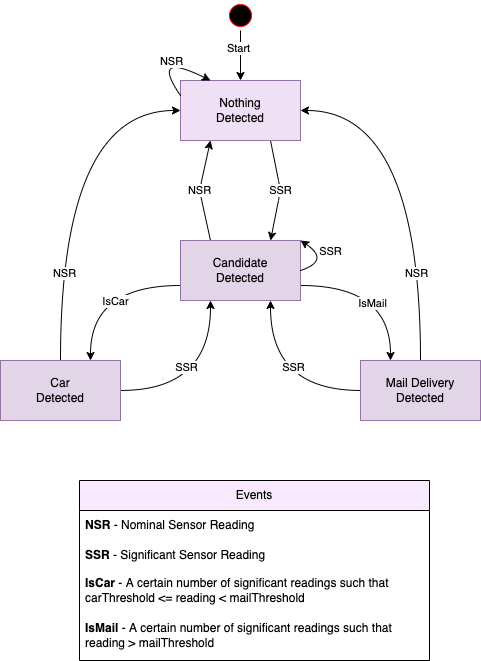
Before: proj18-fsm/cmd/mail-mon/state.drawio.png, a diagram exported from draw.io (tonygilkerson/things). Source tidied: cells renumbered, new cells last; positions are measured from the earlier drawing's top-left corner, leaving out a move shared by most shapes.
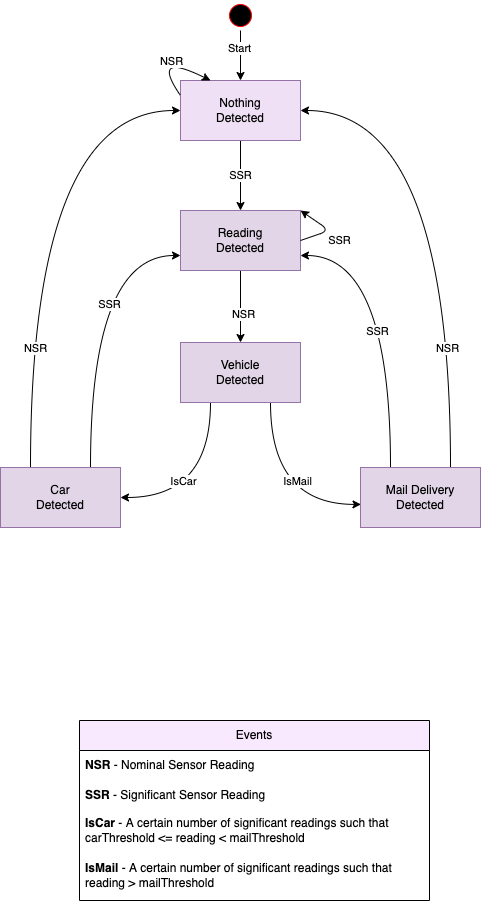
Above is the later version.

Diff of the diagram source:
```diff
@@ -2,77 +2,56 @@
   <root>
     <mxCell id="0" />
     <mxCell id="1" parent="0" />
-    <mxCell id="2" style="html=1;entryX=0.75;entryY=0;entryDx=0;entryDy=0;elbow=vertical;exitX=0.75;exitY=1;exitDx=0;exitDy=0;" parent="1" edge="1" source="4" target="16">
-      <mxGeometry relative="1" as="geometry">
-        <Array as="points">
-          <mxPoint x="280" y="190" />
-        </Array>
-      </mxGeometry>
-    </mxCell>
-    <mxCell id="3" value="SSR" style="edgeLabel;html=1;align=center;verticalAlign=middle;" parent="2" vertex="1">
-      <mxGeometry x="0.18" y="-1" relative="1" as="geometry">
-        <mxPoint x="2" y="-9" as="offset" />
-      </mxGeometry>
-    </mxCell>
+    <mxCell id="34" value="SSR" style="edgeStyle=orthogonalEdgeStyle;curved=1;html=1;elbow=vertical;" parent="1" edge="1" source="4" target="40">
+      <mxGeometry relative="1" as="geometry" />
+    </mxCell>
     <mxCell id="4" value="Nothing&lt;br&gt;Detected" style="rounded=0;whiteSpace=wrap;html=1;fillColor=#efe0f5;strokeColor=#9673a6;fillStyle=auto;" parent="1" vertex="1">
       <mxGeometry x="180" y="80" width="120" height="60" as="geometry" />
     </mxCell>
-    <mxCell id="5" style="edgeStyle=orthogonalEdgeStyle;html=1;entryX=0;entryY=0.5;entryDx=0;entryDy=0;elbow=vertical;curved=1;exitX=0.5;exitY=0;exitDx=0;exitDy=0;" parent="1" edge="1" source="9" target="4">
+    <mxCell id="5" style="edgeStyle=orthogonalEdgeStyle;html=1;entryX=0;entryY=0.5;entryDx=0;entryDy=0;elbow=vertical;curved=1;exitX=0.25;exitY=0;exitDx=0;exitDy=0;" parent="1" edge="1" source="9" target="4">
       <mxGeometry relative="1" as="geometry" />
     </mxCell>
     <mxCell id="6" value="NSR" style="edgeLabel;html=1;align=center;verticalAlign=middle;" parent="5" vertex="1">
       <mxGeometry x="-0.53" y="-4" relative="1" as="geometry" />
     </mxCell>
-    <mxCell id="7" style="edgeStyle=orthogonalEdgeStyle;curved=1;html=1;entryX=0.25;entryY=1;entryDx=0;entryDy=0;elbow=vertical;" parent="1" edge="1" source="9" target="16">
-      <mxGeometry relative="1" as="geometry" />
-    </mxCell>
-    <mxCell id="8" value="SSR" style="edgeLabel;html=1;align=center;verticalAlign=middle;" parent="7" vertex="1">
-      <mxGeometry x="-0.28" y="23" relative="1" as="geometry" />
-    </mxCell>
+    <mxCell id="35" style="edgeStyle=orthogonalEdgeStyle;curved=1;html=1;exitX=0.75;exitY=0;exitDx=0;exitDy=0;entryX=0;entryY=0.75;entryDx=0;entryDy=0;elbow=vertical;" parent="1" edge="1" source="9" target="40">
+      <mxGeometry relative="1" as="geometry" />
+    </mxCell>
+    <mxCell id="36" value="SSR" style="edgeLabel;html=1;align=center;verticalAlign=middle;" parent="35" vertex="1">
+      <mxGeometry x="0.08" y="-18" relative="1" as="geometry" />
+    </mxCell>
     <mxCell id="9" value="Car&lt;br&gt;Detected" style="rounded=0;whiteSpace=wrap;html=1;fillColor=#e1d5e7;strokeColor=#9673a6;" parent="1" vertex="1">
-      <mxGeometry y="360" width="120" height="60" as="geometry" />
+      <mxGeometry y="467" width="120" height="60" as="geometry" />
     </mxCell>
-    <mxCell id="10" style="edgeStyle=orthogonalEdgeStyle;curved=1;html=1;exitX=0;exitY=0.75;exitDx=0;exitDy=0;entryX=0.75;entryY=0;entryDx=0;entryDy=0;elbow=vertical;" parent="1" edge="1" source="16" target="9">
+    <mxCell id="10" style="edgeStyle=orthogonalEdgeStyle;html=1;exitX=0.25;exitY=1;exitDx=0;exitDy=0;entryX=1;entryY=0.5;entryDx=0;entryDy=0;elbow=vertical;curved=1;" parent="1" edge="1" source="16" target="9">
       <mxGeometry relative="1" as="geometry" />
     </mxCell>
     <mxCell id="11" value="IsCar" style="edgeLabel;html=1;align=center;verticalAlign=middle;" parent="10" vertex="1">
-      <mxGeometry x="-0.21" y="16" relative="1" as="geometry" />
+      <mxGeometry x="0.32" y="-17" relative="1" as="geometry" />
     </mxCell>
-    <mxCell id="12" style="edgeStyle=orthogonalEdgeStyle;curved=1;html=1;exitX=1;exitY=0.75;exitDx=0;exitDy=0;entryX=0.25;entryY=0;entryDx=0;entryDy=0;elbow=vertical;" parent="1" edge="1" source="16" target="21">
+    <mxCell id="12" style="edgeStyle=orthogonalEdgeStyle;curved=1;html=1;exitX=0.75;exitY=1;exitDx=0;exitDy=0;entryX=0.004;entryY=0.615;entryDx=0;entryDy=0;entryPerimeter=0;elbow=vertical;" parent="1" edge="1" source="16" target="21">
       <mxGeometry relative="1" as="geometry" />
     </mxCell>
     <mxCell id="13" value="IsMail" style="edgeLabel;html=1;align=center;verticalAlign=middle;" parent="12" vertex="1">
-      <mxGeometry x="-0.14" y="-18" relative="1" as="geometry" />
+      <mxGeometry x="0.33" y="23" relative="1" as="geometry" />
     </mxCell>
-    <mxCell id="14" style="html=1;exitX=0.25;exitY=0;exitDx=0;exitDy=0;entryX=0.25;entryY=1;entryDx=0;entryDy=0;elbow=vertical;" parent="1" edge="1" source="16" target="4">
-      <mxGeometry relative="1" as="geometry">
-        <Array as="points">
-          <mxPoint x="199" y="190" />
-        </Array>
-      </mxGeometry>
-    </mxCell>
-    <mxCell id="15" value="NSR" style="edgeLabel;html=1;align=center;verticalAlign=middle;" parent="14" vertex="1">
-      <mxGeometry x="-0.15" relative="1" as="geometry">
-        <mxPoint x="-2" y="-8" as="offset" />
-      </mxGeometry>
-    </mxCell>
-    <mxCell id="16" value="Candidate&lt;br&gt;Detected" style="rounded=0;whiteSpace=wrap;html=1;fillColor=#e1d5e7;strokeColor=#9673a6;" parent="1" vertex="1">
-      <mxGeometry x="180" y="240" width="120" height="60" as="geometry" />
+    <mxCell id="16" value="Vehicle&lt;br&gt;Detected" style="rounded=0;whiteSpace=wrap;html=1;fillColor=#e1d5e7;strokeColor=#9673a6;" parent="1" vertex="1">
+      <mxGeometry x="180" y="342" width="120" height="60" as="geometry" />
     </mxCell>
-    <mxCell id="17" style="edgeStyle=orthogonalEdgeStyle;curved=1;html=1;entryX=1;entryY=0.5;entryDx=0;entryDy=0;elbow=vertical;exitX=0.5;exitY=0;exitDx=0;exitDy=0;" parent="1" edge="1" source="21" target="4">
+    <mxCell id="17" style="edgeStyle=orthogonalEdgeStyle;curved=1;html=1;entryX=1;entryY=0.5;entryDx=0;entryDy=0;elbow=vertical;exitX=0.75;exitY=0;exitDx=0;exitDy=0;" parent="1" edge="1" source="21" target="4">
       <mxGeometry relative="1" as="geometry" />
     </mxCell>
     <mxCell id="18" value="NSR" style="edgeLabel;html=1;align=center;verticalAlign=middle;" parent="17" vertex="1">
       <mxGeometry x="-0.53" y="4" relative="1" as="geometry" />
     </mxCell>
-    <mxCell id="19" style="edgeStyle=orthogonalEdgeStyle;curved=1;html=1;entryX=0.75;entryY=1;entryDx=0;entryDy=0;elbow=vertical;" parent="1" edge="1" source="21" target="16">
-      <mxGeometry relative="1" as="geometry" />
-    </mxCell>
-    <mxCell id="20" value="SSR" style="edgeLabel;html=1;align=center;verticalAlign=middle;" parent="19" vertex="1">
-      <mxGeometry x="-0.26" y="-23" relative="1" as="geometry" />
-    </mxCell>
+    <mxCell id="37" style="edgeStyle=orthogonalEdgeStyle;curved=1;html=1;exitX=0.25;exitY=0;exitDx=0;exitDy=0;entryX=1;entryY=0.75;entryDx=0;entryDy=0;elbow=vertical;" parent="1" edge="1" source="21" target="40">
+      <mxGeometry relative="1" as="geometry" />
+    </mxCell>
+    <mxCell id="38" value="SSR" style="edgeLabel;html=1;align=center;verticalAlign=middle;" parent="37" vertex="1">
+      <mxGeometry x="-0.09" y="14" relative="1" as="geometry" />
+    </mxCell>
     <mxCell id="21" value="Mail Delivery&lt;br&gt;Detected" style="rounded=0;whiteSpace=wrap;html=1;fillColor=#e1d5e7;strokeColor=#9673a6;" parent="1" vertex="1">
-      <mxGeometry x="360" y="360" width="120" height="60" as="geometry" />
+      <mxGeometry x="360" y="467" width="120" height="60" as="geometry" />
     </mxCell>
     <mxCell id="22" style="edgeStyle=orthogonalEdgeStyle;curved=1;html=1;elbow=vertical;" parent="1" edge="1" source="24" target="4">
       <mxGeometry relative="1" as="geometry" />
@@ -83,20 +62,8 @@
     <mxCell id="24" style="ellipse;html=1;shape=startState;fillColor=#000000;strokeColor=#ff0000;" parent="1" vertex="1">
       <mxGeometry x="225" width="30" height="30" as="geometry" />
     </mxCell>
-    <mxCell id="25" style="edgeStyle=orthogonalEdgeStyle;curved=1;html=1;exitX=1;exitY=0.5;exitDx=0;exitDy=0;entryX=1;entryY=0;entryDx=0;entryDy=0;elbow=vertical;" parent="1" edge="1" source="16" target="16">
-      <mxGeometry relative="1" as="geometry">
-        <Array as="points">
-          <mxPoint x="330" y="260" />
-        </Array>
-      </mxGeometry>
-    </mxCell>
-    <mxCell id="26" value="SSR" style="edgeLabel;html=1;align=center;verticalAlign=middle;" parent="25" vertex="1">
-      <mxGeometry x="0.43" y="2" relative="1" as="geometry">
-        <mxPoint x="15" y="-2" as="offset" />
-      </mxGeometry>
-    </mxCell>
     <mxCell id="27" value="Events" style="swimlane;fontStyle=0;horizontal=1;startSize=30;whiteSpace=wrap;html=1;rounded=0;fillStyle=auto;fillColor=#F9E9FF;" parent="1" vertex="1">
-      <mxGeometry x="79" y="480" width="350" height="180" as="geometry" />
+      <mxGeometry x="79" y="720" width="350" height="180" as="geometry" />
     </mxCell>
     <mxCell id="28" value="&lt;b&gt;NSR&lt;/b&gt; - Nominal Sensor Reading" style="text;strokeColor=none;fillColor=none;align=left;verticalAlign=middle;spacingLeft=4;spacingRight=4;overflow=hidden;whiteSpace=wrap;html=1;rounded=0;fillStyle=auto;" parent="27" vertex="1">
       <mxGeometry y="30" width="350" height="30" as="geometry" />
@@ -122,5 +89,22 @@
         <mxPoint y="-7" as="offset" />
       </mxGeometry>
     </mxCell>
+    <mxCell id="39" style="edgeStyle=orthogonalEdgeStyle;curved=1;html=1;entryX=0.5;entryY=0;entryDx=0;entryDy=0;elbow=vertical;" parent="1" edge="1" source="40" target="16">
+      <mxGeometry relative="1" as="geometry" />
+    </mxCell>
+    <mxCell id="15" value="NSR" style="edgeLabel;html=1;align=center;verticalAlign=middle;" parent="39" vertex="1">
+      <mxGeometry x="0.21" y="2" relative="1" as="geometry" />
+    </mxCell>
+    <mxCell id="40" value="Reading&lt;br&gt;Detected" style="rounded=0;whiteSpace=wrap;html=1;fillColor=#e1d5e7;strokeColor=#9673a6;" parent="1" vertex="1">
+      <mxGeometry x="180" y="210" width="120" height="60" as="geometry" />
+    </mxCell>
+    <mxCell id="41" value="SSR" style="edgeStyle=none;html=1;exitX=1;exitY=0.5;exitDx=0;exitDy=0;entryX=1;entryY=0;entryDx=0;entryDy=0;elbow=vertical;" parent="1" edge="1" source="40" target="40">
+      <mxGeometry x="-0.07" y="14" relative="1" as="geometry">
+        <Array as="points">
+          <mxPoint x="329" y="230" />
+        </Array>
+        <mxPoint x="18" y="-2" as="offset" />
+      </mxGeometry>
+    </mxCell>
   </root>
 </mxGraphModel>
```
